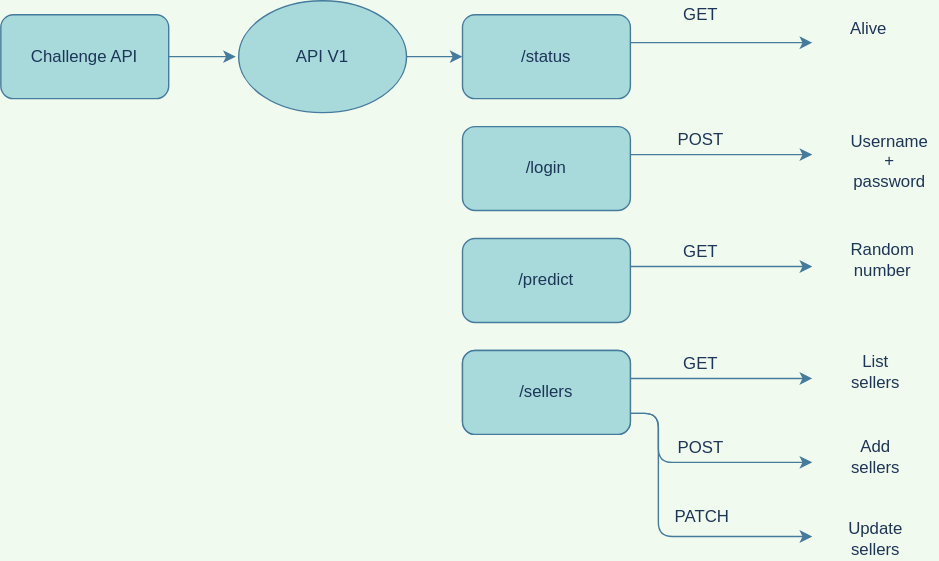
Above: Api_UML.svg in Demesmaeker/API_learning_Flask (draw.io), before the change. Source tidied: cells renumbered, new cells last; positions are measured from the earlier drawing's top-left corner, leaving out a move shared by most shapes.
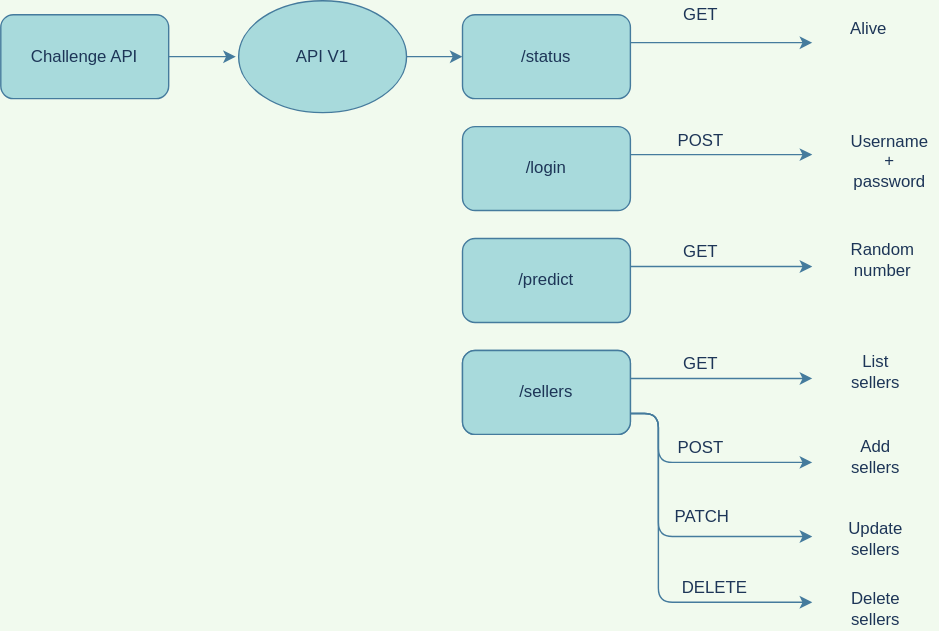
The same file after the commit.

The edit, as a diff of the source:
```diff
@@ -111,5 +111,22 @@
     <mxCell id="28" value="/sellers" style="whiteSpace=wrap;html=1;fillColor=#A8DADC;strokeColor=#457B9D;fontColor=#1D3557;rounded=1;" parent="1" vertex="1">
       <mxGeometry x="330" y="250" width="120" height="60" as="geometry" />
     </mxCell>
+    <mxCell id="29" style="edgeStyle=orthogonalEdgeStyle;orthogonalLoop=1;jettySize=auto;html=1;exitX=1;exitY=0.75;exitDx=0;exitDy=0;labelBackgroundColor=#F1FAEE;strokeColor=#457B9D;fontColor=#1D3557;" parent="1" edge="1">
+      <mxGeometry relative="1" as="geometry">
+        <mxPoint x="450" y="295" as="sourcePoint" />
+        <mxPoint x="580" y="430" as="targetPoint" />
+        <Array as="points">
+          <mxPoint x="470" y="295" />
+          <mxPoint x="470" y="430" />
+          <mxPoint x="580" y="430" />
+        </Array>
+      </mxGeometry>
+    </mxCell>
+    <mxCell id="30" value="&lt;div&gt;Delete&lt;br&gt;&lt;/div&gt;&lt;div&gt;sellers&lt;br&gt;&lt;/div&gt;" style="text;html=1;align=center;verticalAlign=middle;fontColor=#1D3557;rounded=1;" parent="1" vertex="1">
+      <mxGeometry x="600" y="420" width="50" height="30" as="geometry" />
+    </mxCell>
+    <mxCell id="31" value="DELETE" style="text;html=1;align=center;verticalAlign=middle;fontColor=#1D3557;rounded=1;" parent="1" vertex="1">
+      <mxGeometry x="480" y="410" width="60" height="20" as="geometry" />
+    </mxCell>
   </root>
 </mxGraphModel>
```
